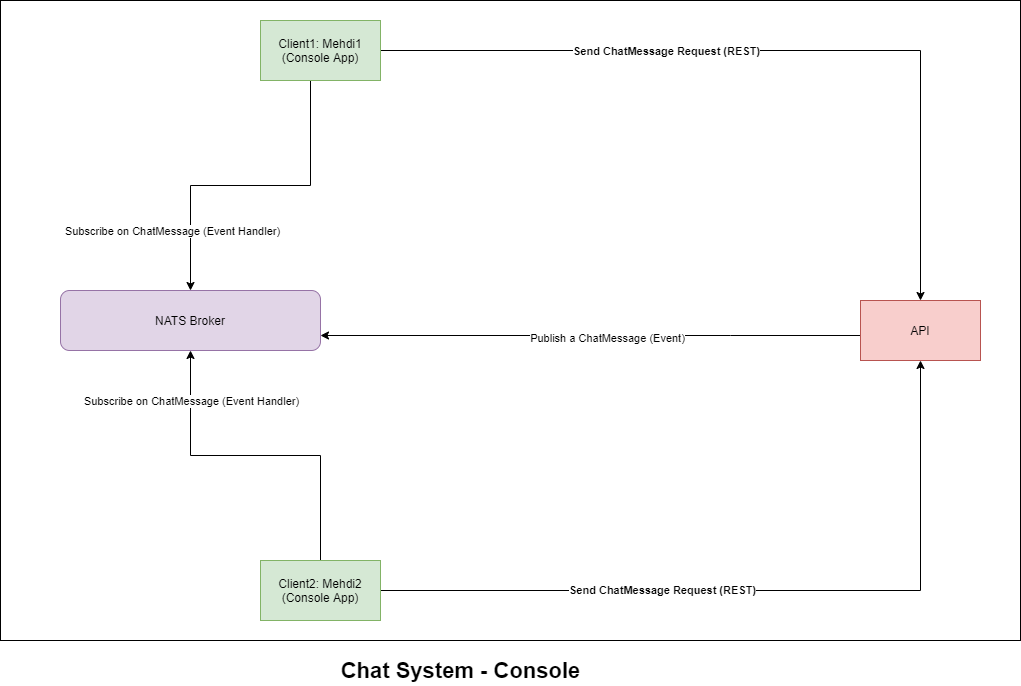
mehdihadeli/distributed-chat-system keeps this draw.io diagram as assets/console.png. Above is the earlier version. Source tidied: cells renumbered, new cells last; positions are measured from the earlier drawing's top-left corner, leaving out a move shared by most shapes.
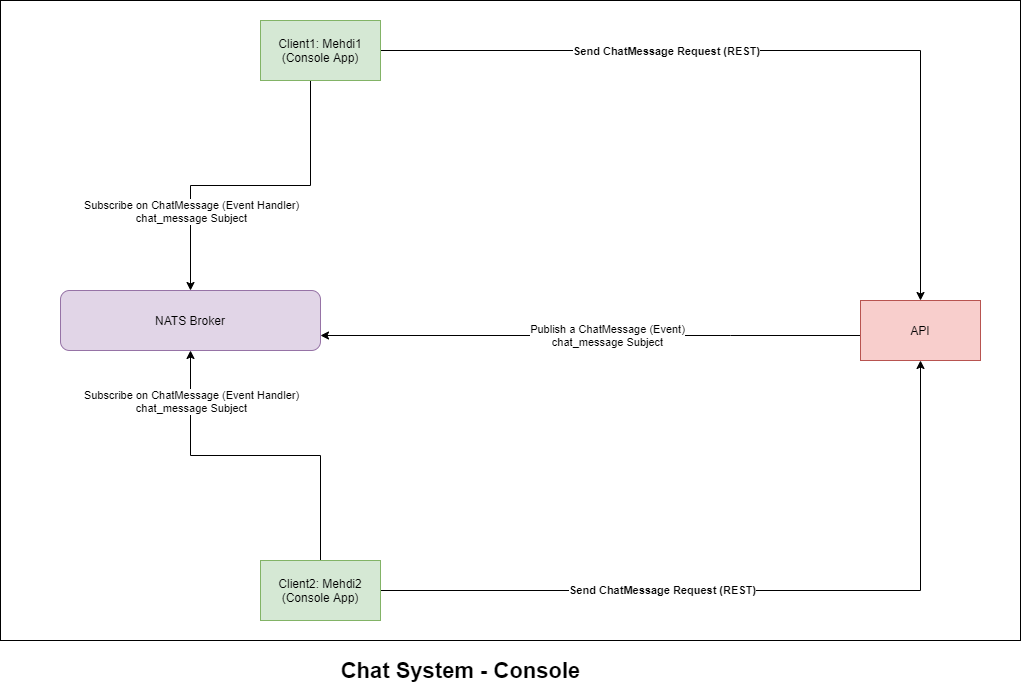
Later version of the same file.

What changed in the source:
```diff
@@ -21,9 +21,9 @@
         </Array>
       </mxGeometry>
     </mxCell>
-    <mxCell id="6" value="Subscribe on ChatMessage (Event Handler)" style="edgeLabel;html=1;align=center;verticalAlign=middle;" parent="5" vertex="1">
+    <mxCell id="6" value="Subscribe on ChatMessage (Event Handler)&lt;br&gt;chat_message Subject" style="edgeLabel;html=1;align=center;verticalAlign=middle;" parent="5" vertex="1">
       <mxGeometry x="0.08" y="-1" relative="1" as="geometry">
-        <mxPoint x="-66" y="46" as="offset" />
+        <mxPoint x="-47" y="26" as="offset" />
       </mxGeometry>
     </mxCell>
     <mxCell id="7" value="Client1: Mehdi1&lt;br&gt;(Console App)" style="rounded=0;whiteSpace=wrap;html=1;fillColor=#d5e8d4;strokeColor=#82b366;" parent="1" vertex="1">
@@ -37,7 +37,7 @@
     <mxCell id="9" style="edgeStyle=orthogonalEdgeStyle;rounded=0;jettySize=auto;html=1;entryX=0.5;entryY=1;entryDx=0;entryDy=0;" parent="1" edge="1" source="11" target="15">
       <mxGeometry relative="1" as="geometry" />
     </mxCell>
-    <mxCell id="10" value="Subscribe on ChatMessage (Event Handler)" style="edgeLabel;html=1;align=center;verticalAlign=middle;" parent="9" vertex="1">
+    <mxCell id="10" value="Subscribe on ChatMessage (Event Handler)&lt;br&gt;chat_message Subject" style="edgeLabel;html=1;align=center;verticalAlign=middle;" parent="9" vertex="1">
       <mxGeometry x="0.78" y="-2" relative="1" as="geometry">
         <mxPoint x="-2" y="13" as="offset" />
       </mxGeometry>
@@ -53,8 +53,10 @@
         </Array>
       </mxGeometry>
     </mxCell>
-    <mxCell id="13" value="Publish a ChatMessage (Event)" style="edgeLabel;html=1;align=center;verticalAlign=middle;" parent="12" vertex="1">
-      <mxGeometry x="-0.06" y="2" relative="1" as="geometry" />
+    <mxCell id="13" value="Publish a ChatMessage (Event)&lt;br&gt;chat_message Subject" style="edgeLabel;html=1;align=center;verticalAlign=middle;" parent="12" vertex="1">
+      <mxGeometry x="-0.06" y="2" relative="1" as="geometry">
+        <mxPoint y="-3" as="offset" />
+      </mxGeometry>
     </mxCell>
     <mxCell id="14" value="API" style="rounded=0;whiteSpace=wrap;html=1;fillColor=#f8cecc;strokeColor=#b85450;" parent="1" vertex="1">
       <mxGeometry x="860" y="300" width="120" height="60" as="geometry" />
```
